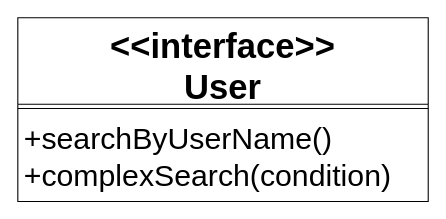
Above: packages/再看设计原则/接口隔离原则/1.drawio in yyc-git/3DProgramPattern (draw.io), before the change. Source tidied: cells renumbered, new cells numbered last; positions are measured from the earlier drawing's top-left corner, leaving out a move shared by most shapes. Both pictures are drawn from the tidied source at 108%, with x=0, y=0 at pixel (17, 17).
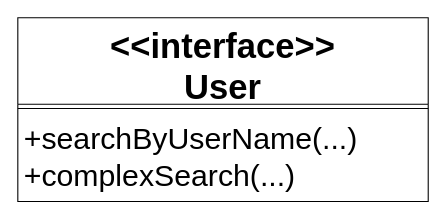
The same diagram, later.

The edit, as a diff of the source:
```diff
@@
 <mxGraphModel>
   <root>
     <mxCell id="0" />
     <mxCell id="1" parent="0" />
     <mxCell id="2" value="&lt;&lt;interface&gt;&gt;&#10;User" style="swimlane;fontStyle=1;align=center;verticalAlign=top;horizontal=1;startSize=80;fontSize=32;" parent="1" vertex="1">
       <mxGeometry width="380" height="170" as="geometry" />
     </mxCell>
     <mxCell id="3" style="line;strokeWidth=1;fillColor=none;align=left;verticalAlign=middle;spacingTop=-1;spacingLeft=3;spacingRight=3;labelPosition=right;" parent="2" vertex="1">
       <mxGeometry y="80" width="380" height="8" as="geometry" />
     </mxCell>
-    <mxCell id="4" value="+searchByUserName()&#10;+complexSearch(condition)" style="text;strokeColor=none;fillColor=none;align=left;verticalAlign=top;spacingLeft=4;spacingRight=4;overflow=hidden;fontSize=28;" parent="2" vertex="1">
+    <mxCell id="4" value="+searchByUserName(...)&#10;+complexSearch(...)" style="text;strokeColor=none;fillColor=none;align=left;verticalAlign=top;spacingLeft=4;spacingRight=4;overflow=hidden;fontSize=28;" parent="2" vertex="1">
       <mxGeometry y="88" width="380" height="82" as="geometry" />
     </mxCell>
   </root>
 </mxGraphModel>
```
